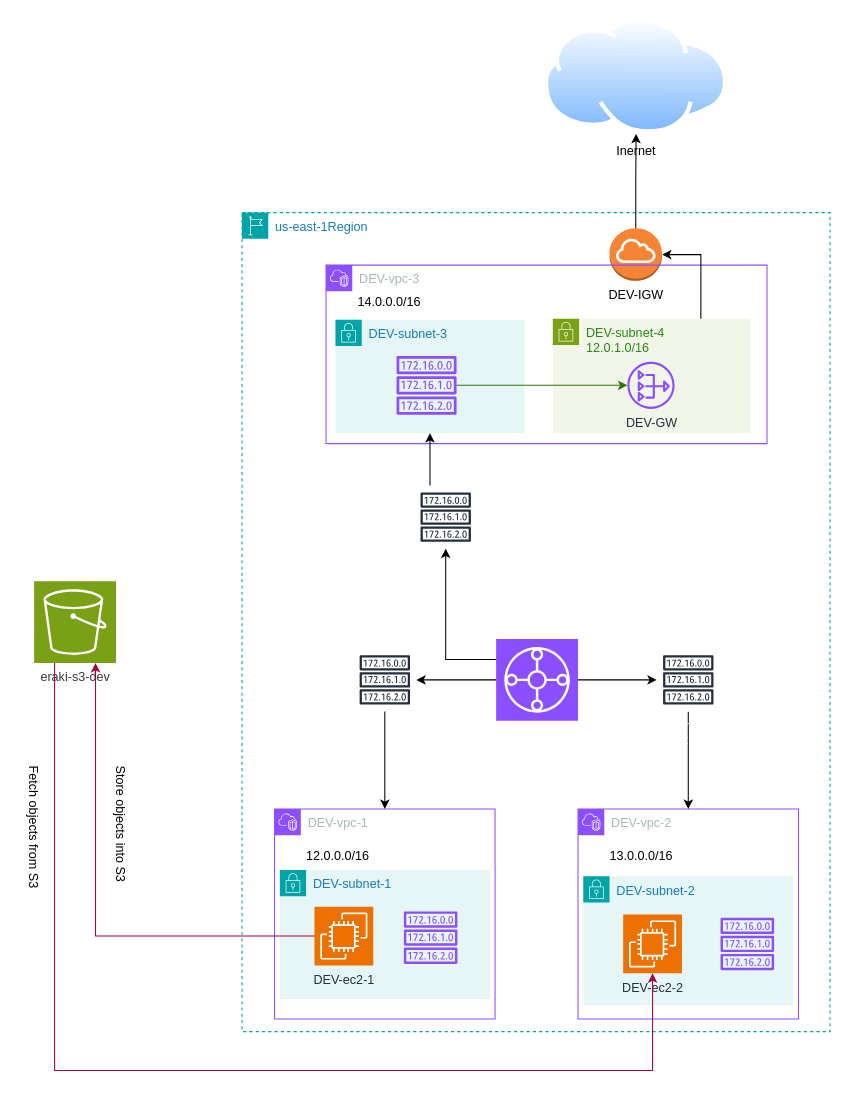
Before: AWS_Demo/06-S3Bucket/TransitGateway-demo-2.drawio in Mohamed-Eleraki/terraform, a draw.io diagram. Source tidied: cells renumbered, new cells numbered last; positions are measured from the earlier drawing's top-left corner, leaving out a move shared by most shapes. Both pictures are drawn from the tidied source at 105%, with x=0, y=0 at pixel (-40, 18).
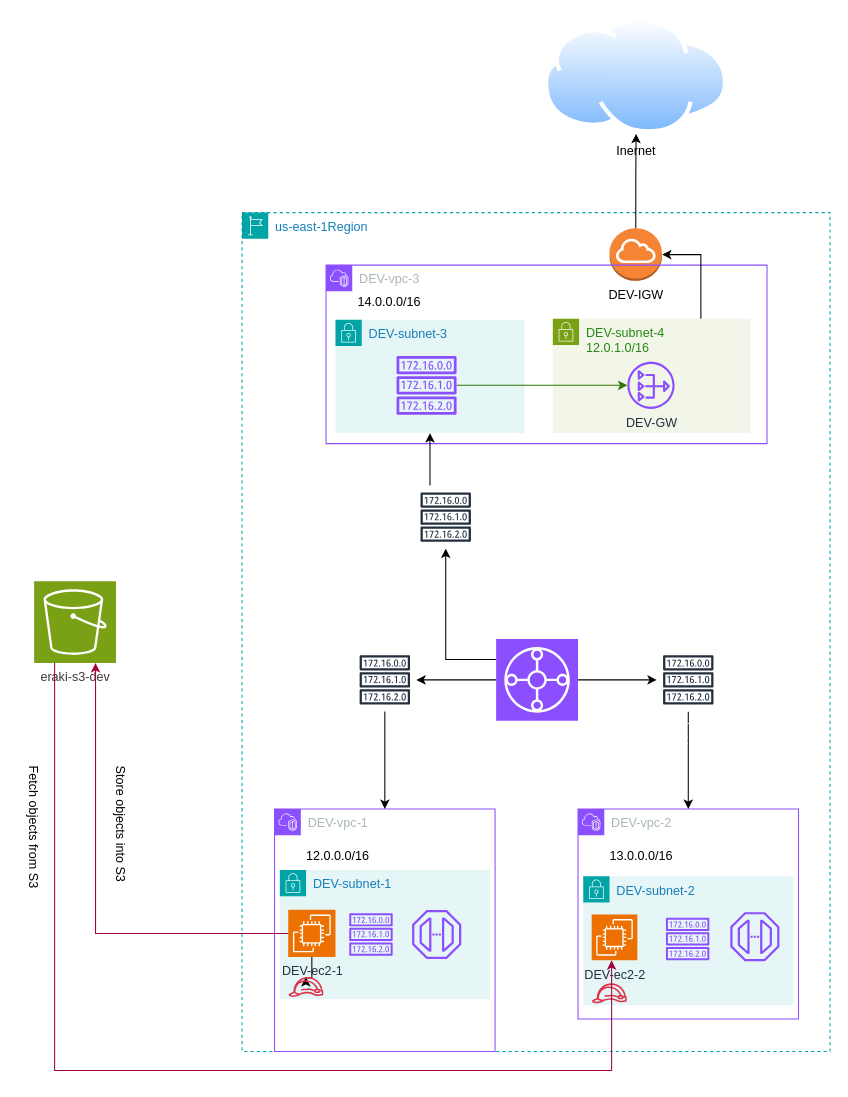
The same page after the edit.

The change refers to these unchanged cells:
```xml
<mxCell id="5" value="DEV-subnet-2" style="gradientColor=none;html=1;whiteSpace=wrap;fontSize=12;fontStyle=0;shape=mxgraph.aws4.group;grIcon=mxgraph.aws4.group_security_group;grStroke=0;strokeColor=#00A4A6;fillColor=#E6F6F7;verticalAlign=top;align=left;spacingLeft=30;fontColor=#147EBA;dashed=0;" parent="3" vertex="1">
  <mxGeometry x="5" y="64" width="200" height="123" as="geometry" />
</mxCell>
<mxCell id="30" value="DEV-subnet-1" style="gradientColor=none;html=1;whiteSpace=wrap;fontSize=12;fontStyle=0;shape=mxgraph.aws4.group;grIcon=mxgraph.aws4.group_security_group;grStroke=0;strokeColor=#00A4A6;fillColor=#E6F6F7;verticalAlign=top;align=left;spacingLeft=30;fontColor=#147EBA;dashed=0;" parent="1" vertex="1">
  <mxGeometry x="304" y="811" width="200" height="123" as="geometry" />
</mxCell>
<mxCell id="34" value="&lt;font color=&quot;#3e373a&quot;&gt;eraki-s3-dev&lt;/font&gt;" style="sketch=0;points=[[0,0,0],[0.25,0,0],[0.5,0,0],[0.75,0,0],[1,0,0],[0,1,0],[0.25,1,0],[0.5,1,0],[0.75,1,0],[1,1,0],[0,0.25,0],[0,0.5,0],[0,0.75,0],[1,0.25,0],[1,0.5,0],[1,0.75,0]];outlineConnect=0;fontColor=#232F3E;fillColor=#7AA116;strokeColor=#ffffff;dashed=0;verticalLabelPosition=bottom;verticalAlign=top;align=center;html=1;fontSize=12;fontStyle=0;shape=mxgraph.aws4.resourceIcon;resIcon=mxgraph.aws4.s3;" parent="1" vertex="1">
  <mxGeometry x="70" y="536" width="78" height="78" as="geometry" />
</mxCell>
```

Diff of the diagram source:
```diff
@@
     <mxCell id="2" value="us-east-1Region" style="gradientColor=none;html=1;whiteSpace=wrap;fontSize=12;fontStyle=0;shape=mxgraph.aws4.group;grIcon=mxgraph.aws4.group_region;strokeColor=#00A4A6;fillColor=none;verticalAlign=top;align=left;spacingLeft=30;fontColor=#147EBA;dashed=1;" parent="1" vertex="1">
-      <mxGeometry x="268" y="185" width="560" height="780" as="geometry" />
+      <mxGeometry x="268" y="185" width="560" height="799" as="geometry" />
     </mxCell>
@@
     <mxCell id="6" value="DEV-ec2-2" style="sketch=0;points=[[0,0,0],[0.25,0,0],[0.5,0,0],[0.75,0,0],[1,0,0],[0,1,0],[0.25,1,0],[0.5,1,0],[0.75,1,0],[1,1,0],[0,0.25,0],[0,0.5,0],[0,0.75,0],[1,0.25,0],[1,0.5,0],[1,0.75,0]];outlineConnect=0;fontColor=#232F3E;fillColor=#ED7100;strokeColor=#ffffff;dashed=0;verticalLabelPosition=bottom;verticalAlign=top;align=center;html=1;fontSize=12;fontStyle=0;shape=mxgraph.aws4.resourceIcon;resIcon=mxgraph.aws4.ec2;" parent="5" vertex="1">
-      <mxGeometry x="38" y="36.5" width="56" height="56" as="geometry" />
+      <mxGeometry x="8" y="36.5" width="43.5" height="43.5" as="geometry" />
     </mxCell>
     <mxCell id="7" style="sketch=0;fontColor=#232F3E;gradientColor=none;fillColor=#8C4FFF;strokeColor=none;dashed=0;verticalLabelPosition=bottom;verticalAlign=top;align=center;html=1;fontSize=12;fontStyle=0;shape=mxgraph.aws4.route_table;" parent="5" vertex="1">
-      <mxGeometry x="130.6" y="39.5" width="51.3" height="50" as="geometry" />
+      <mxGeometry x="78.6" y="39.5" width="41.6" height="40.5" as="geometry" />
     </mxCell>
+    <mxCell id="39" style="sketch=0;fontColor=#232F3E;gradientColor=none;fillColor=#8C4FFF;strokeColor=none;dashed=0;verticalLabelPosition=bottom;verticalAlign=top;align=center;html=1;fontSize=12;fontStyle=0;shape=mxgraph.aws4.endpoint;" parent="5" vertex="1">
+      <mxGeometry x="140" y="34.2" width="46.8" height="46.8" as="geometry" />
+    </mxCell>
+    <mxCell id="40" style="sketch=0;fontColor=#232F3E;gradientColor=none;fillColor=#DD344C;strokeColor=none;dashed=0;verticalLabelPosition=bottom;verticalAlign=top;align=center;html=1;fontSize=12;fontStyle=0;shape=mxgraph.aws4.role;" parent="5" vertex="1">
+      <mxGeometry x="8" y="102" width="33.7" height="19" as="geometry" />
+    </mxCell>
@@
     <mxCell id="11" value="DEV-vpc-1" style="points=[[0,0],[0.25,0],[0.5,0],[0.75,0],[1,0],[1,0.25],[1,0.5],[1,0.75],[1,1],[0.75,1],[0.5,1],[0.25,1],[0,1],[0,0.75],[0,0.5],[0,0.25]];outlineConnect=0;gradientColor=none;html=1;whiteSpace=wrap;fontSize=12;fontStyle=0;shape=mxgraph.aws4.group;grIcon=mxgraph.aws4.group_vpc2;strokeColor=#8C4FFF;fillColor=none;verticalAlign=top;align=left;spacingLeft=30;fontColor=#AAB7B8;dashed=0;" parent="2" vertex="1">
-      <mxGeometry x="31" y="568" width="210" height="200" as="geometry" />
+      <mxGeometry x="31" y="568" width="210" height="231" as="geometry" />
     </mxCell>
@@
+    <mxCell id="41" style="edgeStyle=orthogonalEdgeStyle;rounded=0;jettySize=auto;html=1;exitX=0.5;exitY=1;exitDx=0;exitDy=0;exitPerimeter=0;" parent="30" edge="1" source="31" target="43">
+      <mxGeometry relative="1" as="geometry" />
+    </mxCell>
     <mxCell id="31" value="DEV-ec2-1" style="sketch=0;points=[[0,0,0],[0.25,0,0],[0.5,0,0],[0.75,0,0],[1,0,0],[0,1,0],[0.25,1,0],[0.5,1,0],[0.75,1,0],[1,1,0],[0,0.25,0],[0,0.5,0],[0,0.75,0],[1,0.25,0],[1,0.5,0],[1,0.75,0]];outlineConnect=0;fontColor=#232F3E;fillColor=#ED7100;strokeColor=#ffffff;dashed=0;verticalLabelPosition=bottom;verticalAlign=top;align=center;html=1;fontSize=12;fontStyle=0;shape=mxgraph.aws4.resourceIcon;resIcon=mxgraph.aws4.ec2;" parent="30" vertex="1">
-      <mxGeometry x="33" y="35" width="56" height="56" as="geometry" />
+      <mxGeometry x="8" y="38" width="45" height="45" as="geometry" />
     </mxCell>
     <mxCell id="32" style="sketch=0;fontColor=#232F3E;gradientColor=none;fillColor=#8C4FFF;strokeColor=none;dashed=0;verticalLabelPosition=bottom;verticalAlign=top;align=center;html=1;fontSize=12;fontStyle=0;shape=mxgraph.aws4.route_table;" parent="30" vertex="1">
-      <mxGeometry x="118" y="39.5" width="51.3" height="50" as="geometry" />
+      <mxGeometry x="66" y="41.2" width="41.6" height="40.5" as="geometry" />
     </mxCell>
+    <mxCell id="42" style="sketch=0;fontColor=#232F3E;gradientColor=none;fillColor=#8C4FFF;strokeColor=none;dashed=0;verticalLabelPosition=bottom;verticalAlign=top;align=center;html=1;fontSize=12;fontStyle=0;shape=mxgraph.aws4.endpoint;" parent="30" vertex="1">
+      <mxGeometry x="126" y="38.1" width="46.8" height="46.8" as="geometry" />
+    </mxCell>
+    <mxCell id="43" style="sketch=0;outlineConnect=0;fontColor=#232F3E;gradientColor=none;fillColor=#DD344C;strokeColor=none;dashed=0;verticalLabelPosition=bottom;verticalAlign=top;align=center;html=1;fontSize=12;fontStyle=0;shape=mxgraph.aws4.role;" parent="30" vertex="1">
+      <mxGeometry x="8" y="102" width="33.7" height="19" as="geometry" />
+    </mxCell>
@@
-    <mxCell id="36" style="edgeStyle=orthogonalEdgeStyle;rounded=0;jettySize=auto;html=1;exitX=0.25;exitY=1;exitDx=0;exitDy=0;exitPerimeter=0;entryX=0.5;entryY=1;entryDx=0;entryDy=0;entryPerimeter=0;fillColor=#d80073;strokeColor=#A50040;" parent="1" edge="1" source="34" target="6">
+    <mxCell id="36" style="edgeStyle=orthogonalEdgeStyle;rounded=0;jettySize=auto;html=1;exitX=0.25;exitY=1;exitDx=0;exitDy=0;exitPerimeter=0;fillColor=#d80073;strokeColor=#A50040;" parent="1" edge="1" source="34" target="6">
       <mxGeometry relative="1" as="geometry">
         <Array as="points">
           <mxPoint x="90" y="1002" />
-          <mxPoint x="659" y="1002" />
+          <mxPoint x="620" y="1002" />
         </Array>
       </mxGeometry>
     </mxCell>
```
